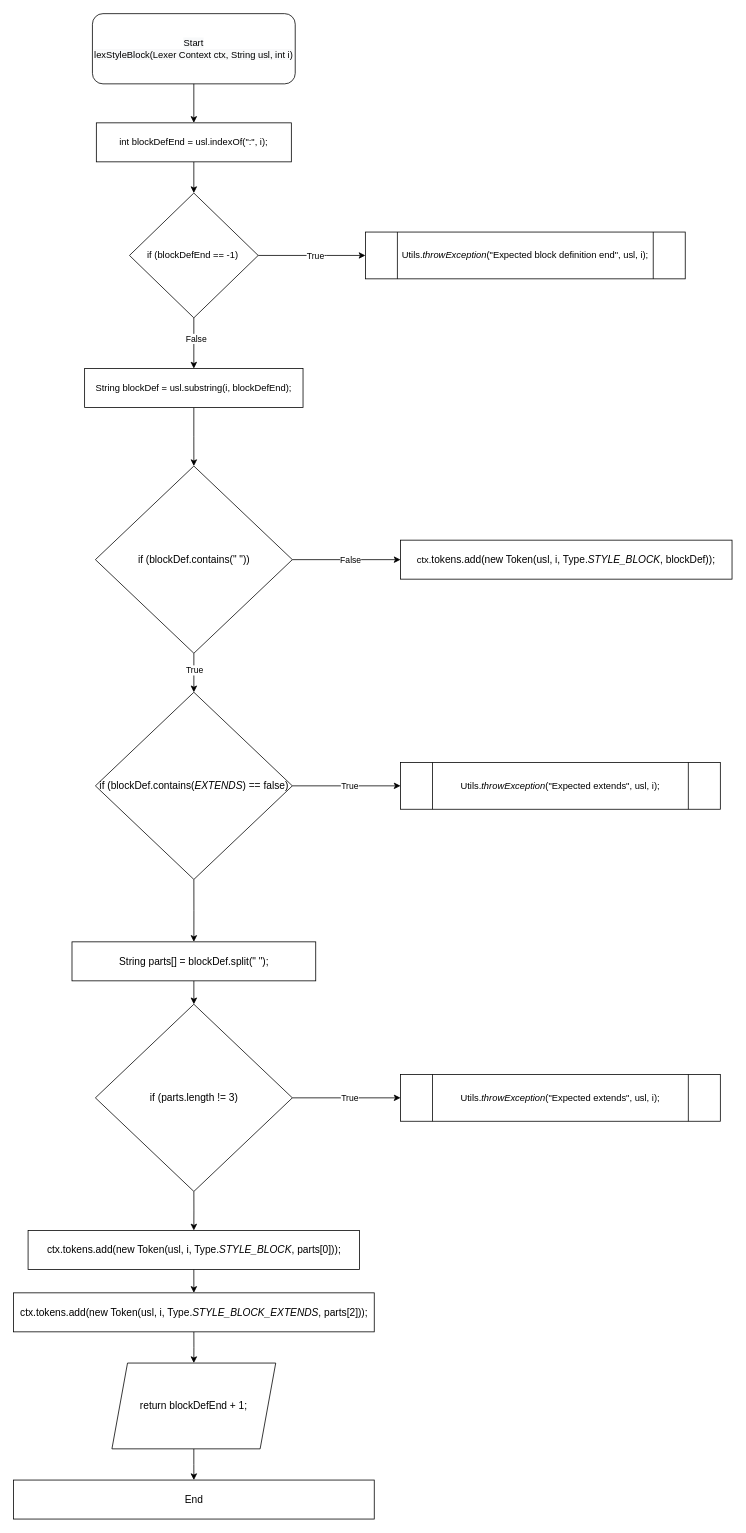
The draw.io diagram Part2/data_flow_lexStyleBlock (1).drawio in HuberNicolas/swc-group38, before the edit. Source tidied: cells renumbered, new cells numbered last; positions are measured from the earlier drawing's top-left corner, leaving out a move shared by most shapes. Both pictures are drawn from the tidied source at 78%, with x=0, y=0 at pixel (13, 13).
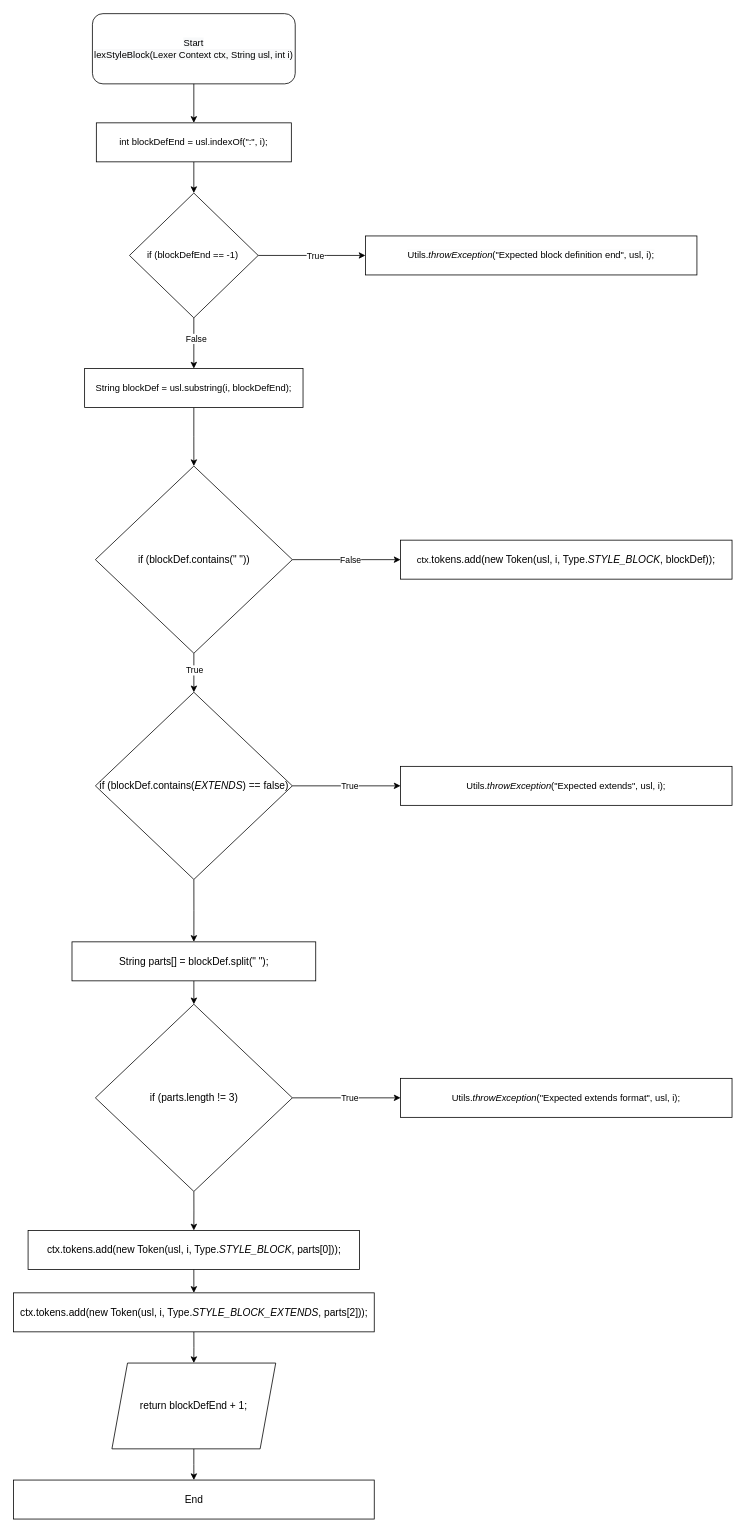
After the change.

Commit message (it also covers changes not shown here):
commit dataflow_lexStyleBlock_2

The edit, as a diff of the source:
```diff
@@
-    <mxCell id="11" value="&lt;pre style=&quot;font-size: 9.8pt&quot;&gt;&lt;span style=&quot;background-color: rgb(255 , 255 , 255) ; font-size: 12px&quot;&gt;&lt;font face=&quot;Helvetica&quot; style=&quot;font-size: 12px&quot;&gt;Utils.&lt;span style=&quot;font-style: italic&quot;&gt;throwException&lt;/span&gt;(&quot;Expected block definition end&quot;, usl, i);&lt;/font&gt;&lt;/span&gt;&lt;/pre&gt;" style="shape=process;whiteSpace=wrap;html=1;backgroundOutline=1;" parent="1" vertex="1">
-      <mxGeometry x="451" y="280" width="410" height="60" as="geometry" />
-    </mxCell>
@@
-    <mxCell id="18" value="&lt;pre style=&quot;font-size: 9.8pt&quot;&gt;&lt;span style=&quot;background-color: rgb(255 , 255 , 255) ; font-size: 12px&quot;&gt;&lt;font face=&quot;Helvetica&quot; style=&quot;font-size: 12px&quot;&gt;Utils.&lt;span style=&quot;font-style: italic&quot;&gt;throwException&lt;/span&gt;(&quot;Expected extends&quot;, usl, i);&lt;/font&gt;&lt;/span&gt;&lt;/pre&gt;" style="shape=process;whiteSpace=wrap;html=1;backgroundOutline=1;" parent="1" vertex="1">
-      <mxGeometry x="496" y="960" width="410" height="60" as="geometry" />
-    </mxCell>
@@
-    <mxCell id="31" value="&lt;pre style=&quot;font-size: 9.8pt&quot;&gt;&lt;span style=&quot;background-color: rgb(255 , 255 , 255) ; font-size: 12px&quot;&gt;&lt;font face=&quot;Helvetica&quot; style=&quot;font-size: 12px&quot;&gt;Utils.&lt;span style=&quot;font-style: italic&quot;&gt;throwException&lt;/span&gt;(&quot;Expected extends&quot;, usl, i);&lt;/font&gt;&lt;/span&gt;&lt;/pre&gt;" style="shape=process;whiteSpace=wrap;html=1;backgroundOutline=1;" parent="1" vertex="1">
-      <mxGeometry x="496" y="1360" width="410" height="60" as="geometry" />
-    </mxCell>
@@
+    <mxCell id="39" value="&lt;div&gt;&lt;pre style=&quot;font-size: 9.8pt&quot;&gt;&lt;span style=&quot;background-color: rgb(255 , 255 , 255) ; font-size: 12px&quot;&gt;&lt;font face=&quot;Helvetica&quot;&gt;Utils.&lt;span style=&quot;font-style: italic&quot;&gt;throwException&lt;/span&gt;(&quot;Expected extends&quot;, usl, i);&lt;/font&gt;&lt;/span&gt;&lt;/pre&gt;&lt;/div&gt;" style="rounded=0;whiteSpace=wrap;html=1;labelBackgroundColor=none;fontFamily=Helvetica;" parent="1" vertex="1">
+      <mxGeometry x="496" y="965" width="425" height="50" as="geometry" />
+    </mxCell>
+    <mxCell id="40" value="&lt;div&gt;&lt;pre style=&quot;font-size: 9.8pt&quot;&gt;&lt;span style=&quot;background-color: rgb(255 , 255 , 255) ; font-size: 12px&quot;&gt;&lt;font face=&quot;Helvetica&quot;&gt;Utils.&lt;span style=&quot;font-style: italic&quot;&gt;throwException&lt;/span&gt;(&quot;Expected extends format&quot;, usl, i);&lt;/font&gt;&lt;/span&gt;&lt;/pre&gt;&lt;/div&gt;" style="rounded=0;whiteSpace=wrap;html=1;labelBackgroundColor=none;fontFamily=Helvetica;" parent="1" vertex="1">
+      <mxGeometry x="496" y="1365" width="425" height="50" as="geometry" />
+    </mxCell>
+    <mxCell id="11" value="&#10;&#10;&lt;pre style=&quot;color: rgb(0 , 0 , 0) ; font-style: normal ; font-weight: 400 ; letter-spacing: normal ; text-align: center ; text-indent: 0px ; text-transform: none ; word-spacing: 0px ; background-color: rgb(248 , 249 , 250) ; font-size: 9.8pt&quot;&gt;&lt;span style=&quot;background-color: rgb(255 , 255 , 255) ; font-size: 12px&quot;&gt;&lt;font face=&quot;Helvetica&quot; style=&quot;font-size: 12px&quot;&gt;Utils.&lt;span style=&quot;font-style: italic&quot;&gt;throwException&lt;/span&gt;(&quot;Expected block definition end&quot;, usl, i);&lt;/font&gt;&lt;/span&gt;&lt;/pre&gt;&#10;&#10;" style="rounded=0;whiteSpace=wrap;html=1;labelBackgroundColor=none;fontFamily=Helvetica;" parent="1" vertex="1">
+      <mxGeometry x="451" y="285" width="425" height="50" as="geometry" />
+    </mxCell>
```
